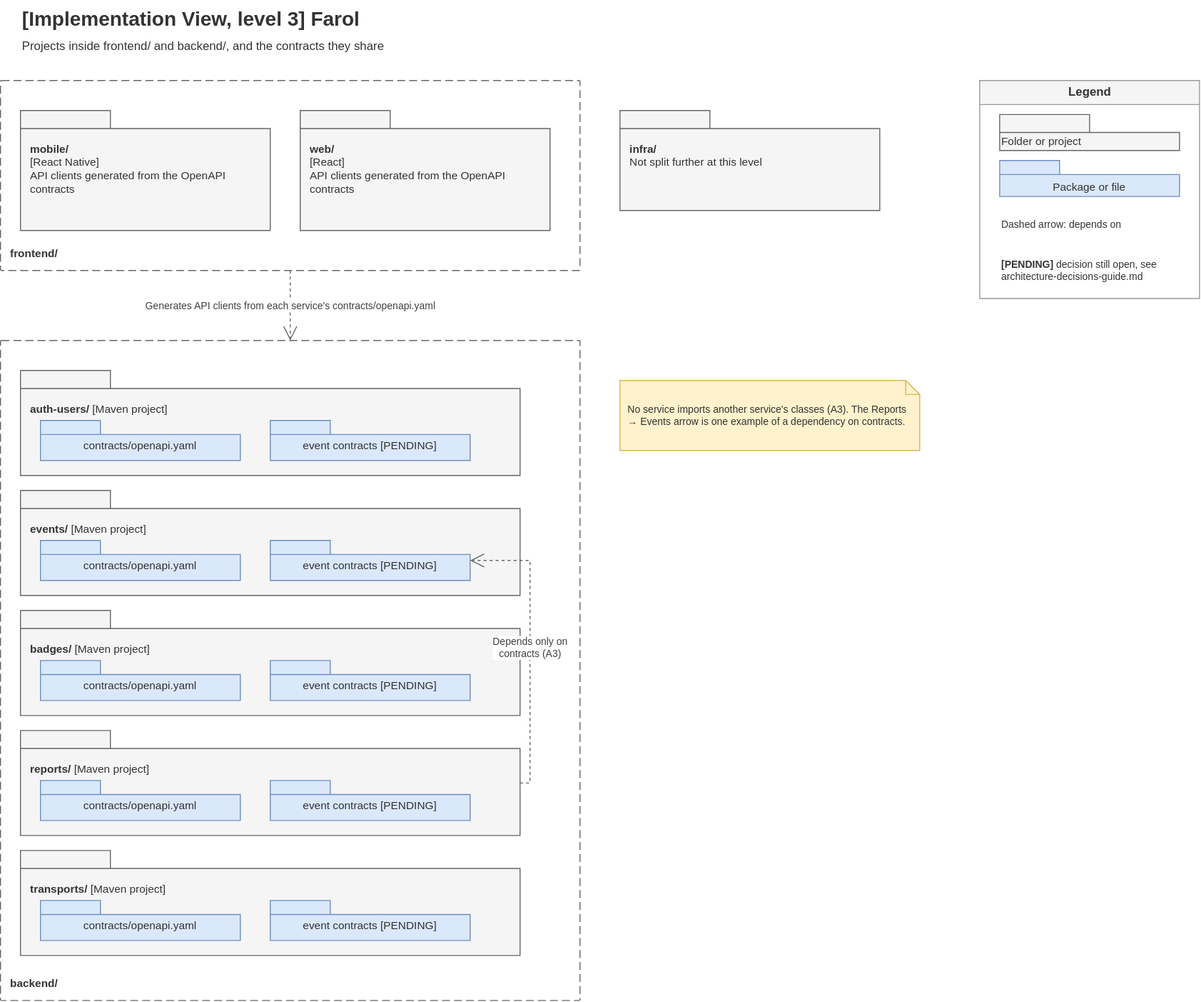
This is Docs/Technical/diagrams/implementation-view-level-3.drawio.svg from tomasoliveira21/LABDSOF, a draw.io export, as it was before one commit. Source tidied: cells renumbered, new cells last; positions are measured from the earlier drawing's top-left corner, leaving out a move shared by most shapes.
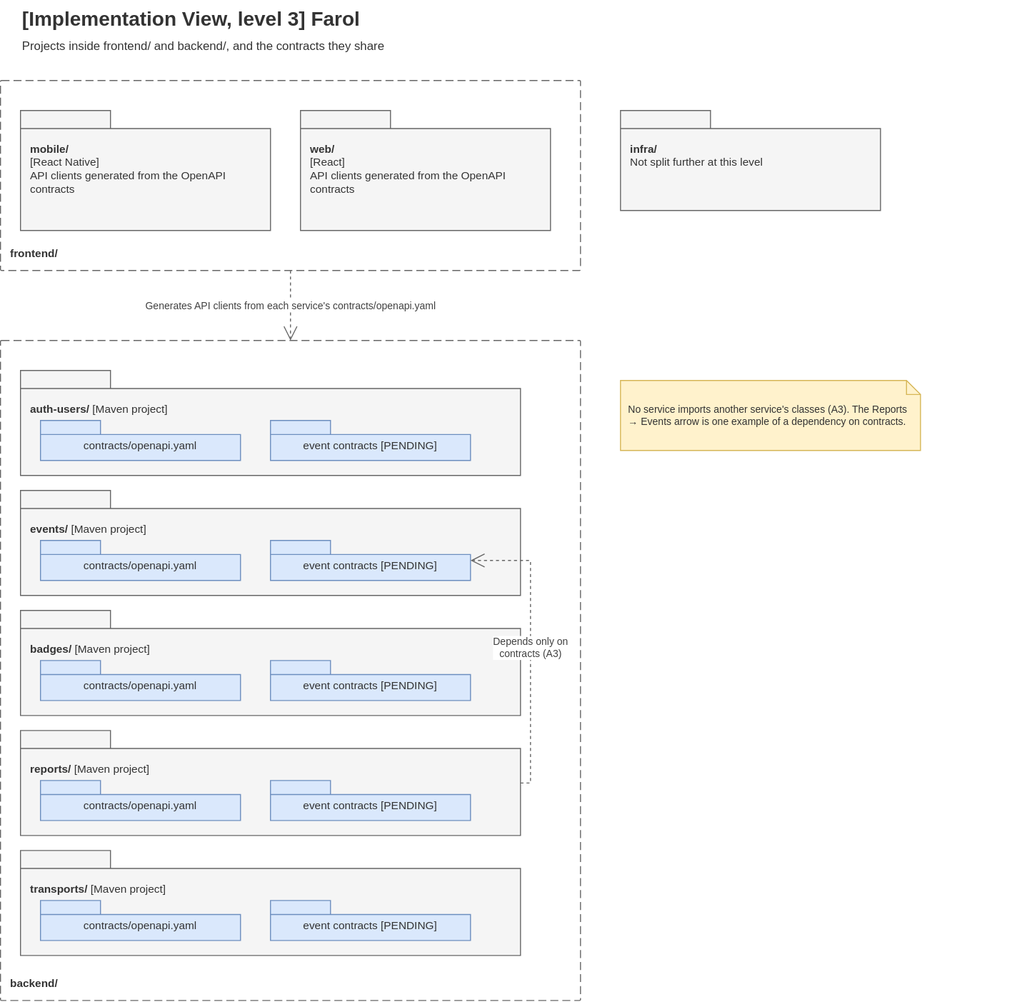
The same file after the commit.

What changed in the source:
```diff
@@ -74,20 +74,5 @@
     <mxCell id="25" value="&lt;b&gt;infra/&lt;/b&gt;&lt;br&gt;Not split further at this level" style="shape=folder;tabWidth=90;tabHeight=18;tabPosition=left;whiteSpace=wrap;html=1;fillColor=#f5f5f5;strokeColor=#666666;fontColor=#333333;verticalAlign=top;align=left;spacing=10;spacingTop=18;fontSize=11;" parent="1" vertex="1">
       <mxGeometry x="620" y="110" width="260" height="100" as="geometry" />
     </mxCell>
-    <mxCell id="26" value="&lt;b&gt;Legend&lt;/b&gt;" style="swimlane;startSize=24;html=1;fontSize=12;fillColor=#f5f5f5;strokeColor=#999999;fontColor=#333333;" parent="1" vertex="1">
-      <mxGeometry x="980" y="80" width="220" height="218" as="geometry" />
-    </mxCell>
-    <mxCell id="27" value="Folder or project" style="shape=folder;tabWidth=90;tabHeight=18;tabPosition=left;whiteSpace=wrap;html=1;fillColor=#f5f5f5;strokeColor=#666666;fontColor=#333333;verticalAlign=top;align=left;spacing=10;spacingTop=18;fontSize=11;verticalAlign=middle;spacingTop=0;spacing=2;verticalAlign=bottom;spacingBottom=0;" parent="26" vertex="1">
-      <mxGeometry x="20" y="34" width="180" height="36" as="geometry" />
-    </mxCell>
-    <mxCell id="28" value="Package or file" style="shape=folder;tabWidth=60;tabHeight=14;tabPosition=left;whiteSpace=wrap;html=1;fillColor=#dae8fc;strokeColor=#6c8ebf;fontColor=#333333;fontSize=11;spacingTop=10;verticalAlign=middle;spacingTop=0;spacing=2;verticalAlign=bottom;spacingBottom=0;" parent="26" vertex="1">
-      <mxGeometry x="20" y="80" width="180" height="36" as="geometry" />
-    </mxCell>
-    <mxCell id="29" value="Dashed arrow: depends on" style="text;html=1;whiteSpace=wrap;align=left;verticalAlign=top;fontColor=#333333;fontSize=10;verticalAlign=middle;spacingTop=0;spacing=2;" parent="26" vertex="1">
-      <mxGeometry x="20" y="126" width="180" height="36" as="geometry" />
-    </mxCell>
-    <mxCell id="30" value="&lt;b&gt;[PENDING]&lt;/b&gt; decision still open, see architecture-decisions-guide.md" style="text;html=1;whiteSpace=wrap;align=left;verticalAlign=top;fontColor=#333333;fontSize=10;verticalAlign=middle;spacingTop=0;spacing=2;" parent="26" vertex="1">
-      <mxGeometry x="20" y="172" width="180" height="36" as="geometry" />
-    </mxCell>
   </root>
 </mxGraphModel>
```
